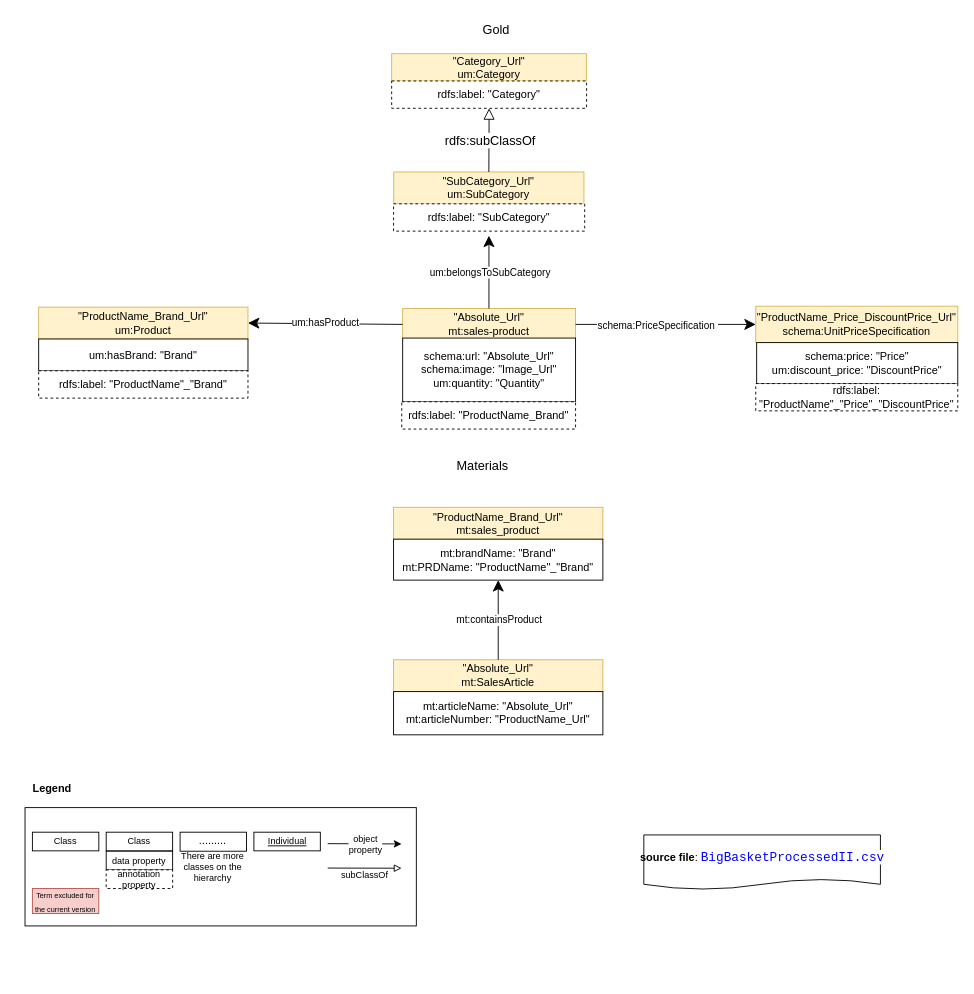
The draw.io diagram page "Materials-Gold" (4 of 16) of BigBasketProducts/Figures/bigBasketProducts.drawio in tecnomod-um/EvaluationGraphAlignmentMethods, before the edit. Source tidied: cells renumbered, new cells numbered last; positions are measured from the earlier drawing's top-left corner, leaving out a move shared by most shapes. Both pictures are drawn from the tidied source at 91%, with x=0, y=0 at pixel (25, 15).
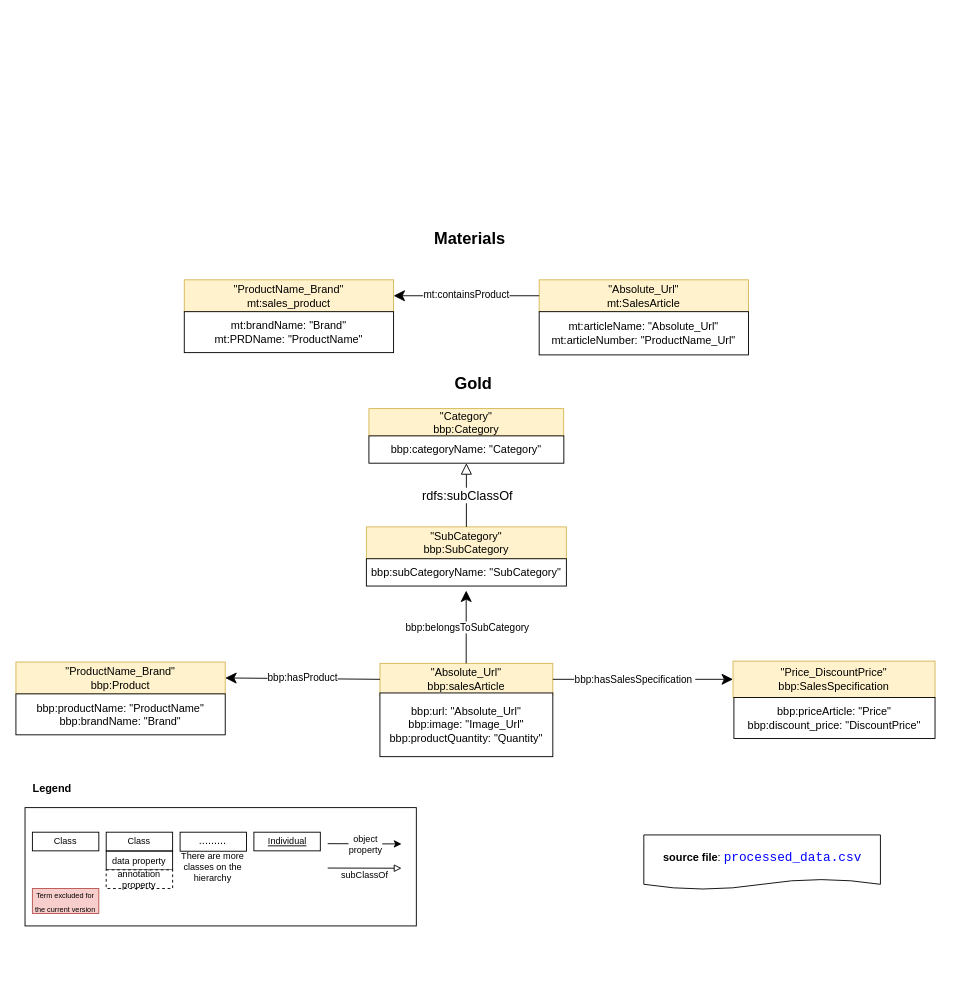
The same page after the edit.

Change to the diagram source:
```diff
@@
+    <mxCell id="41" value="&lt;b style=&quot;font-family: helvetica; text-align: left; background-color: initial;&quot;&gt;source file&lt;/b&gt;&lt;span style=&quot;font-family: helvetica; text-align: left; background-color: initial;&quot;&gt;: &lt;/span&gt;&lt;span style=&quot;color: rgb(0, 0, 255); background-color: rgb(255, 255, 255); font-family: Consolas, &amp;quot;Courier New&amp;quot;, monospace; font-size: 14px;&quot;&gt;processed_data.csv&lt;/span&gt;" style="shape=document;html=1;boundedLbl=1;rounded=0;sketch=0;flipH=0;flipV=0;labelPosition=center;verticalLabelPosition=middle;align=center;verticalAlign=middle;spacingLeft=0;size=0.19093851132686085;labelBackgroundColor=none;" parent="1" vertex="1">
+      <mxGeometry x="680" y="900" width="260" height="60" as="geometry" />
+    </mxCell>
-    <mxCell id="15" value="Materials" style="text;html=1;strokeColor=none;fillColor=none;align=center;verticalAlign=middle;whiteSpace=wrap;rounded=0;dashed=1;fontSize=14;" parent="1" vertex="1">
-      <mxGeometry x="472.8" y="480" width="60" height="30" as="geometry" />
+    <mxCell id="15" value="&lt;font style=&quot;font-size: 18px;&quot;&gt;&lt;b&gt;Materials&lt;/b&gt;&lt;/font&gt;" style="text;html=1;strokeColor=none;fillColor=none;align=center;verticalAlign=middle;whiteSpace=wrap;rounded=0;dashed=1;fontSize=14;" parent="1" vertex="1">
+      <mxGeometry x="459" y="230" width="60" height="30" as="geometry" />
     </mxCell>
-    <mxCell id="16" value="&lt;b style=&quot;font-family: helvetica; text-align: left; background-color: initial;&quot;&gt;source file&lt;/b&gt;&lt;span style=&quot;font-family: helvetica; text-align: left; background-color: initial;&quot;&gt;:&amp;nbsp;&lt;/span&gt;&lt;span style=&quot;color: rgb(0, 0, 255); background-color: rgb(255, 255, 255); font-family: Consolas, &amp;quot;Courier New&amp;quot;, monospace; font-size: 14px;&quot;&gt;BigBasketProcessedII.csv&lt;/span&gt;" style="shape=document;html=1;boundedLbl=1;rounded=0;sketch=0;flipH=0;flipV=0;labelPosition=center;verticalLabelPosition=middle;align=center;verticalAlign=middle;spacingLeft=0;size=0.19093851132686085;labelBackgroundColor=none;" parent="1" vertex="1">
-      <mxGeometry x="680" y="900" width="260" height="60" as="geometry" />
-    </mxCell>
     <mxCell id="17" value="&quot;Absolute_Url&quot;&lt;br&gt;mt:SalesArticle" style="rounded=0;whiteSpace=wrap;html=1;labelBackgroundColor=none;fillColor=#fff2cc;strokeColor=#d6b656;noLabel=0;" parent="1" vertex="1">
-      <mxGeometry x="405" y="707.5" width="230" height="35" as="geometry" />
+      <mxGeometry x="565" y="290" width="230" height="35" as="geometry" />
     </mxCell>
     <mxCell id="18" value="mt:articleName: &quot;Absolute_Url&quot;&lt;br&gt;mt:articleNumber: &quot;ProductName_Url&quot;" style="rounded=0;whiteSpace=wrap;html=1;" parent="1" vertex="1">
-      <mxGeometry x="405" y="742.5" width="230" height="47.5" as="geometry" />
+      <mxGeometry x="565" y="325" width="230" height="47.5" as="geometry" />
     </mxCell>
-    <mxCell id="19" value="&quot;ProductName_Brand_Url&quot;&lt;br&gt;mt:sales_product" style="rounded=0;whiteSpace=wrap;html=1;labelBackgroundColor=none;fillColor=#fff2cc;strokeColor=#d6b656;noLabel=0;" parent="1" vertex="1">
-      <mxGeometry x="405" y="540" width="230" height="35" as="geometry" />
-    </mxCell>
-    <mxCell id="20" value="mt:brandName: &quot;Brand&quot;&lt;br&gt;mt:PRDName: &quot;ProductName&quot;_&quot;Brand&quot;" style="rounded=0;whiteSpace=wrap;html=1;" parent="1" vertex="1">
-      <mxGeometry x="405" y="575" width="230" height="45" as="geometry" />
-    </mxCell>
+    <mxCell id="42" value="&quot;ProductName_Brand&quot;&lt;br&gt;mt:sales_product" style="rounded=0;whiteSpace=wrap;html=1;labelBackgroundColor=none;fillColor=#fff2cc;strokeColor=#d6b656;noLabel=0;" parent="1" vertex="1">
+      <mxGeometry x="175" y="290" width="230" height="35" as="geometry" />
+    </mxCell>
+    <mxCell id="43" value="mt:brandName: &quot;Brand&quot;&lt;br&gt;mt:PRDName: &quot;ProductName&quot;" style="rounded=0;whiteSpace=wrap;html=1;" parent="1" vertex="1">
+      <mxGeometry x="175" y="325" width="230" height="45" as="geometry" />
+    </mxCell>
-    <mxCell id="21" value="mt:containsProduct" style="endArrow=classic;html=1;exitX=0.5;exitY=0;exitDx=0;exitDy=0;entryX=0.5;entryY=1;entryDx=0;entryDy=0;rounded=0;endSize=10;startArrow=none;startFill=0;startSize=7;" parent="1" edge="1" source="17" target="20">
+    <mxCell id="21" value="mt:containsProduct" style="endArrow=classic;html=1;exitX=0;exitY=0.5;exitDx=0;exitDy=0;entryX=1;entryY=0.5;entryDx=0;entryDy=0;rounded=0;endSize=10;startArrow=none;startFill=0;startSize=7;" parent="1" edge="1" source="17" target="42">
       <mxGeometry y="-1" relative="1" as="geometry" />
     </mxCell>
-    <mxCell id="22" value="Gold" style="text;html=1;strokeColor=none;fillColor=none;align=center;verticalAlign=middle;whiteSpace=wrap;rounded=0;dashed=1;fontSize=14;" parent="1" vertex="1">
-      <mxGeometry x="487.8" width="60" height="30" as="geometry" />
+    <mxCell id="22" value="&lt;font style=&quot;font-size: 18px;&quot;&gt;&lt;b style=&quot;&quot;&gt;Gold&lt;/b&gt;&lt;/font&gt;" style="text;html=1;strokeColor=none;fillColor=none;align=center;verticalAlign=middle;whiteSpace=wrap;rounded=0;dashed=1;fontSize=14;" parent="1" vertex="1">
+      <mxGeometry x="462.8" y="390" width="60" height="30" as="geometry" />
     </mxCell>
-    <mxCell id="23" value="&quot;Absolute_Url&quot;&lt;br&gt;mt:sales-product" style="rounded=0;whiteSpace=wrap;html=1;labelBackgroundColor=none;fillColor=#fff2cc;strokeColor=#d6b656;noLabel=0;" parent="1" vertex="1">
-      <mxGeometry x="415" y="321.5" width="190" height="35" as="geometry" />
-    </mxCell>
-    <mxCell id="24" value="&quot;ProductName_Price_DiscountPrice_Url&quot;&lt;br&gt;schema:UnitPriceSpecification" style="rounded=0;whiteSpace=wrap;html=1;labelBackgroundColor=none;fillColor=#fff2cc;strokeColor=#d6b656;noLabel=0;" parent="1" vertex="1">
-      <mxGeometry x="803" y="319" width="222" height="40" as="geometry" />
-    </mxCell>
-    <mxCell id="25" style="endArrow=classic;html=1;exitX=1;exitY=0.5;exitDx=0;exitDy=0;entryX=0;entryY=0.5;entryDx=0;entryDy=0;rounded=0;endSize=10;startArrow=none;startFill=0;targetPerimeterSpacing=10;" parent="1" edge="1" source="23" target="24">
-      <mxGeometry relative="1" as="geometry" />
-    </mxCell>
-    <mxCell id="26" value="schema:PriceSpecification&amp;nbsp;" style="edgeLabel;html=1;align=center;verticalAlign=middle;" parent="25" vertex="1">
-      <mxGeometry x="-0.29" relative="1" as="geometry">
-        <mxPoint x="19" as="offset" />
-      </mxGeometry>
-    </mxCell>
-    <mxCell id="27" value="schema:price: &quot;Price&quot;&lt;br&gt;um:discount_price: &quot;DiscountPrice&quot;" style="rounded=0;whiteSpace=wrap;html=1;" parent="1" vertex="1">
-      <mxGeometry x="804" y="359" width="221" height="45" as="geometry" />
-    </mxCell>
-    <mxCell id="28" value="&quot;ProductName_Brand_Url&quot;&lt;br&gt;um:Product" style="rounded=0;whiteSpace=wrap;html=1;labelBackgroundColor=none;fillColor=#fff2cc;strokeColor=#d6b656;noLabel=0;" parent="1" vertex="1">
-      <mxGeometry x="15" y="320" width="230" height="35" as="geometry" />
-    </mxCell>
-    <mxCell id="29" value="um:hasBrand: &quot;Brand&quot;" style="rounded=0;whiteSpace=wrap;html=1;" parent="1" vertex="1">
-      <mxGeometry x="15" y="355" width="230" height="35" as="geometry" />
-    </mxCell>
-    <mxCell id="30" value="um:hasProduct" style="endArrow=classic;html=1;exitX=0;exitY=0.5;exitDx=0;exitDy=0;entryX=1;entryY=0.5;entryDx=0;entryDy=0;rounded=0;endSize=10;startArrow=none;startFill=0;startSize=7;" parent="1" edge="1" source="23" target="28">
-      <mxGeometry y="-1" relative="1" as="geometry" />
-    </mxCell>
-    <mxCell id="31" value="schema:url: &quot;Absolute_Url&quot;&lt;br&gt;schema:image: &quot;Image_Url&quot;&lt;br&gt;um:quantity: &quot;Quantity&quot;" style="rounded=0;whiteSpace=wrap;html=1;" parent="1" vertex="1">
-      <mxGeometry x="415" y="354" width="190" height="70" as="geometry" />
-    </mxCell>
-    <mxCell id="32" value="&quot;Category_Url&quot;&lt;br&gt;um:Category" style="rounded=0;whiteSpace=wrap;html=1;labelBackgroundColor=none;fillColor=#fff2cc;strokeColor=#d6b656;noLabel=0;" parent="1" vertex="1">
-      <mxGeometry x="402.9" y="41.5" width="214" height="30" as="geometry" />
-    </mxCell>
-    <mxCell id="33" value="&quot;SubCategory_Url&quot;&lt;br&gt;um:SubCategory" style="rounded=0;whiteSpace=wrap;html=1;labelBackgroundColor=none;fillColor=#fff2cc;strokeColor=#d6b656;noLabel=0;" parent="1" vertex="1">
-      <mxGeometry x="405.2" y="171.5" width="209" height="35" as="geometry" />
-    </mxCell>
-    <mxCell id="34" value="um:belongsToSubCategory" style="endArrow=classic;html=1;exitX=0.5;exitY=0;exitDx=0;exitDy=0;entryX=0.5;entryY=1;entryDx=0;entryDy=0;rounded=0;endSize=10;startArrow=none;startFill=0;startSize=7;" parent="1" edge="1">
-      <mxGeometry y="-1" relative="1" as="geometry">
-        <mxPoint x="509.8" y="321.5" as="sourcePoint" />
-        <mxPoint x="509.8" y="241.5" as="targetPoint" />
-      </mxGeometry>
-    </mxCell>
+    <mxCell id="44" value="&quot;Absolute_Url&quot;&lt;br&gt;bbp:salesArticle" style="rounded=0;whiteSpace=wrap;html=1;labelBackgroundColor=none;fillColor=#fff2cc;strokeColor=#d6b656;noLabel=0;" parent="1" vertex="1">
+      <mxGeometry x="390" y="711.5" width="190" height="35" as="geometry" />
+    </mxCell>
+    <mxCell id="45" value="&quot;Price_DiscountPrice&quot;&lt;br&gt;bbp:SalesSpecification" style="rounded=0;whiteSpace=wrap;html=1;labelBackgroundColor=none;fillColor=#fff2cc;strokeColor=#d6b656;noLabel=0;" parent="1" vertex="1">
+      <mxGeometry x="778" y="709" width="222" height="40" as="geometry" />
+    </mxCell>
+    <mxCell id="46" style="endArrow=classic;html=1;exitX=1;exitY=0.5;exitDx=0;exitDy=0;entryX=0;entryY=0.5;entryDx=0;entryDy=0;rounded=0;endSize=10;startArrow=none;startFill=0;targetPerimeterSpacing=10;" parent="1" edge="1" source="44" target="45">
+      <mxGeometry relative="1" as="geometry" />
+    </mxCell>
+    <mxCell id="47" value="bbp:hasSalesSpecification&amp;nbsp;" style="edgeLabel;html=1;align=center;verticalAlign=middle;" parent="46" vertex="1">
+      <mxGeometry x="-0.29" relative="1" as="geometry">
+        <mxPoint x="19" as="offset" />
+      </mxGeometry>
+    </mxCell>
+    <mxCell id="48" value="bbp:priceArticle: &quot;Price&quot;&lt;br&gt;bbp:discount_price: &quot;DiscountPrice&quot;" style="rounded=0;whiteSpace=wrap;html=1;" parent="1" vertex="1">
+      <mxGeometry x="779" y="749" width="221" height="45" as="geometry" />
+    </mxCell>
+    <mxCell id="49" value="&quot;ProductName_Brand&quot;&lt;br&gt;bbp:Product" style="rounded=0;whiteSpace=wrap;html=1;labelBackgroundColor=none;fillColor=#fff2cc;strokeColor=#d6b656;noLabel=0;" parent="1" vertex="1">
+      <mxGeometry x="-10" y="710" width="230" height="35" as="geometry" />
+    </mxCell>
+    <mxCell id="50" value="bbp:productName: &quot;ProductName&quot;&lt;br&gt;bbp:brandName: &quot;Brand&quot;" style="rounded=0;whiteSpace=wrap;html=1;" parent="1" vertex="1">
+      <mxGeometry x="-10" y="745" width="230" height="45" as="geometry" />
+    </mxCell>
+    <mxCell id="51" value="bbp:hasProduct" style="endArrow=classic;html=1;exitX=0;exitY=0.5;exitDx=0;exitDy=0;entryX=1;entryY=0.5;entryDx=0;entryDy=0;rounded=0;endSize=10;startArrow=none;startFill=0;startSize=7;" parent="1" edge="1" source="44" target="49">
+      <mxGeometry y="-1" relative="1" as="geometry" />
+    </mxCell>
+    <mxCell id="52" value="bbp:url: &quot;Absolute_Url&quot;&lt;br&gt;bbp:image: &quot;Image_Url&quot;&lt;br&gt;bbp:productQuantity: &quot;Quantity&quot;" style="rounded=0;whiteSpace=wrap;html=1;" parent="1" vertex="1">
+      <mxGeometry x="390" y="744" width="190" height="70" as="geometry" />
+    </mxCell>
+    <mxCell id="53" value="&quot;Category&quot;&lt;br&gt;bbp:Category" style="rounded=0;whiteSpace=wrap;html=1;labelBackgroundColor=none;fillColor=#fff2cc;strokeColor=#d6b656;noLabel=0;" parent="1" vertex="1">
+      <mxGeometry x="377.9" y="431.5" width="214" height="30" as="geometry" />
+    </mxCell>
+    <mxCell id="54" value="&quot;SubCategory&quot;&lt;br&gt;bbp:SubCategory" style="rounded=0;whiteSpace=wrap;html=1;labelBackgroundColor=none;fillColor=#fff2cc;strokeColor=#d6b656;noLabel=0;" parent="1" vertex="1">
+      <mxGeometry x="375.1" y="561.5" width="219.8" height="35" as="geometry" />
+    </mxCell>
+    <mxCell id="55" value="bbp:belongsToSubCategory" style="endArrow=classic;html=1;exitX=0.5;exitY=0;exitDx=0;exitDy=0;entryX=0.5;entryY=1;entryDx=0;entryDy=0;rounded=0;endSize=10;startArrow=none;startFill=0;startSize=7;" parent="1" edge="1">
+      <mxGeometry y="-1" relative="1" as="geometry">
+        <mxPoint x="484.8" y="711.5" as="sourcePoint" />
+        <mxPoint x="484.8" y="631.5" as="targetPoint" />
+      </mxGeometry>
+    </mxCell>
-    <mxCell id="35" value="rdfs:subClassOf" style="endArrow=block;html=1;exitX=0.5;exitY=0;exitDx=0;exitDy=0;rounded=0;endSize=10;startArrow=none;startFill=0;startSize=7;fontSize=14;endFill=0;strokeWidth=1;entryX=0.5;entryY=1;entryDx=0;entryDy=0;" parent="1" edge="1" source="33" target="39">
+    <mxCell id="35" value="rdfs:subClassOf" style="endArrow=block;html=1;exitX=0.5;exitY=0;exitDx=0;exitDy=0;rounded=0;endSize=10;startArrow=none;startFill=0;startSize=7;fontSize=14;endFill=0;strokeWidth=1;entryX=0.5;entryY=1;entryDx=0;entryDy=0;" parent="1" edge="1" source="54" target="56">
       <mxGeometry y="-1" relative="1" as="geometry" />
     </mxCell>
-    <mxCell id="36" value="rdfs:label: &quot;ProductName&quot;_&quot;Brand&quot;" style="rounded=0;whiteSpace=wrap;html=1;dashed=1;" parent="1" vertex="1">
-      <mxGeometry x="15" y="390" width="230" height="30" as="geometry" />
-    </mxCell>
-    <mxCell id="37" value="rdfs:label: &quot;ProductName_Brand&quot;" style="rounded=0;whiteSpace=wrap;html=1;dashed=1;" parent="1" vertex="1">
-      <mxGeometry x="414" y="424" width="191" height="30" as="geometry" />
-    </mxCell>
-    <mxCell id="38" value="rdfs:label: &quot;ProductName&quot;_&quot;Price&quot;_&quot;DiscountPrice&quot;" style="rounded=0;whiteSpace=wrap;html=1;dashed=1;" parent="1" vertex="1">
-      <mxGeometry x="803" y="404" width="222" height="30" as="geometry" />
-    </mxCell>
-    <mxCell id="39" value="rdfs:label: &quot;Category&quot;" style="rounded=0;whiteSpace=wrap;html=1;dashed=1;" parent="1" vertex="1">
-      <mxGeometry x="402.9" y="71.5" width="214.2" height="30" as="geometry" />
-    </mxCell>
-    <mxCell id="40" value="rdfs:label: &quot;SubCategory&quot;" style="rounded=0;whiteSpace=wrap;html=1;dashed=1;" parent="1" vertex="1">
-      <mxGeometry x="405" y="206.5" width="210" height="30" as="geometry" />
-    </mxCell>
+    <mxCell id="56" value="bbp:categoryName: &quot;Category&quot;" style="rounded=0;whiteSpace=wrap;html=1;" parent="1" vertex="1">
+      <mxGeometry x="377.9" y="461.5" width="214.2" height="30" as="geometry" />
+    </mxCell>
+    <mxCell id="57" value="bbp:subCategoryName: &quot;SubCategory&quot;" style="rounded=0;whiteSpace=wrap;html=1;" parent="1" vertex="1">
+      <mxGeometry x="375.1" y="596.5" width="219.8" height="30" as="geometry" />
+    </mxCell>
```
